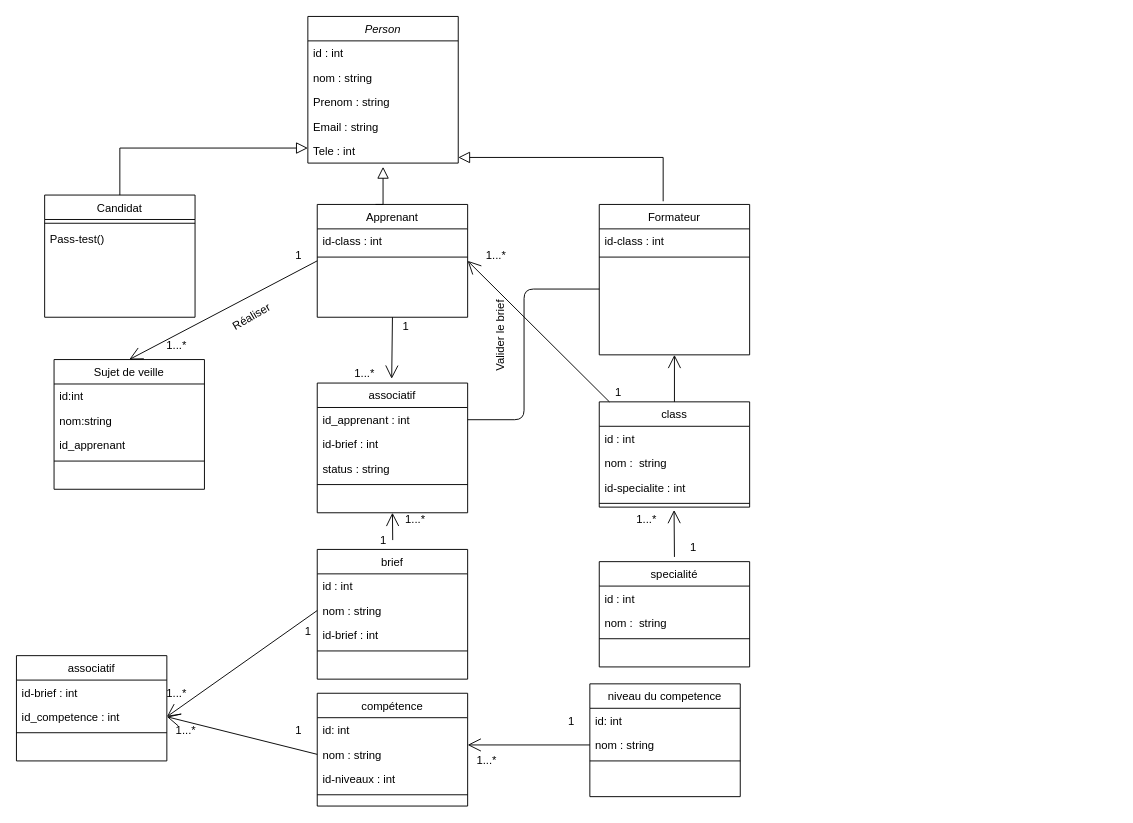
Above: fichiers des diagrammes/Diagramme de class.drawio in RAFIKENEFIDA/Automatisation-Syst-me-Youcode (draw.io), before the change. Source tidied: cells renumbered, new cells numbered last; positions are measured from the earlier drawing's top-left corner, leaving out a move shared by most shapes. Both pictures are drawn from the tidied source at 94%, with x=0, y=0 at pixel (16, 16).
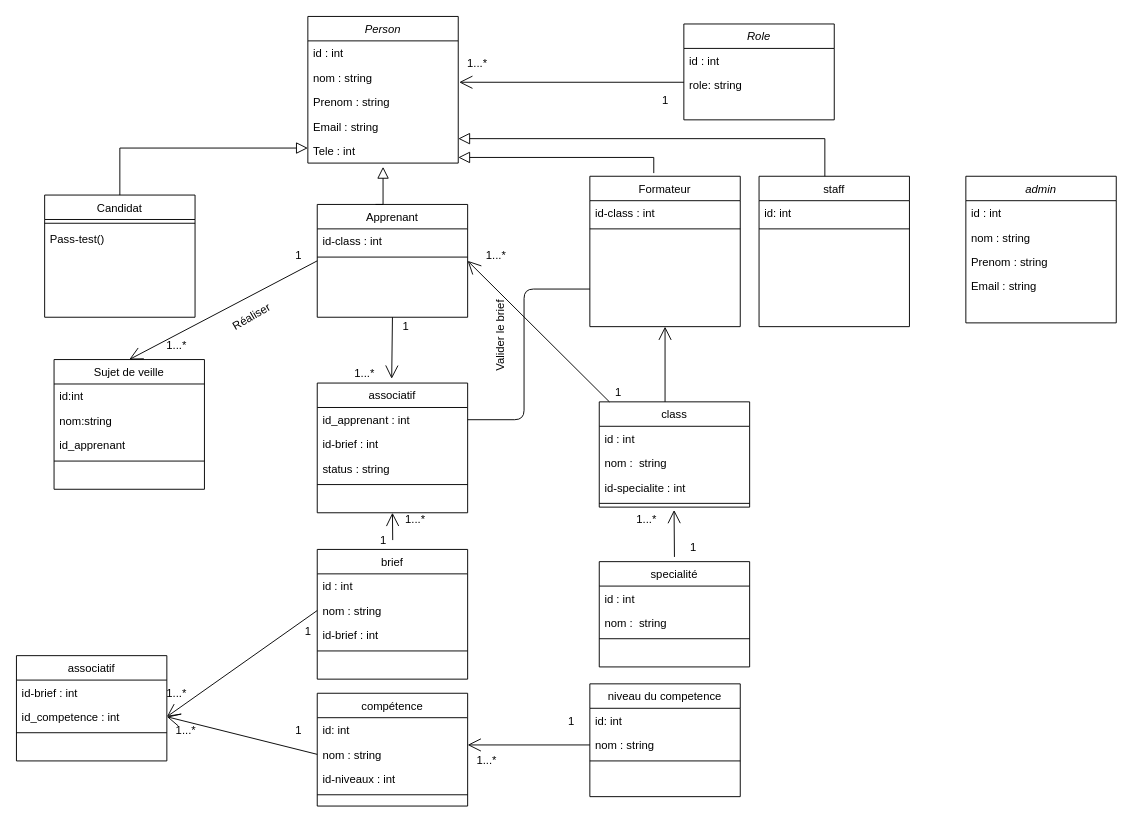
The same diagram, later.

Commit message (it also covers changes not shown here):
update diagramme de class

The change refers to these unchanged cells:
```xml
<mxCell id="49" value="class" style="swimlane;fontStyle=0;align=center;verticalAlign=top;horizontal=1;startSize=26;rounded=0;shadow=0;strokeWidth=1;" parent="1" vertex="1">
  <mxGeometry x="620" y="410" width="160" height="112" as="geometry" />
</mxCell>
```

Change to the diagram source:
```diff
@@
     <mxCell id="13" value="Formateur" style="swimlane;fontStyle=0;align=center;verticalAlign=top;horizontal=1;startSize=26;rounded=0;shadow=0;strokeWidth=1;" parent="1" vertex="1">
-      <mxGeometry x="620" y="200" width="160" height="160" as="geometry" />
+      <mxGeometry x="610" y="170" width="160" height="160" as="geometry" />
     </mxCell>
@@
-    <mxCell id="67" style="endArrow=none;html=1;edgeStyle=orthogonalEdgeStyle;" parent="1" edge="1">
+    <mxCell id="67" style="endArrow=none;html=1;edgeStyle=orthogonalEdgeStyle;entryX=0;entryY=0.75;entryDx=0;entryDy=0;" parent="1" edge="1" target="13">
       <mxGeometry relative="1" as="geometry">
         <mxPoint x="480" y="429" as="sourcePoint" />
-        <mxPoint x="620" y="290" as="targetPoint" />
         <Array as="points">
           <mxPoint x="540" y="429" />
           <mxPoint x="540" y="290" />
         </Array>
       </mxGeometry>
     </mxCell>
-    <mxCell id="68" style="endArrow=open;endFill=1;endSize=12;html=1;exitX=0.5;exitY=0;exitDx=0;exitDy=0;entryX=0.5;entryY=1;entryDx=0;entryDy=0;" parent="1" edge="1" source="49" target="13">
-      <mxGeometry relative="1" as="geometry" />
+    <mxCell id="68" style="endArrow=open;endFill=1;endSize=12;html=1;entryX=0.5;entryY=1;entryDx=0;entryDy=0;" parent="1" edge="1" target="13">
+      <mxGeometry relative="1" as="geometry">
+        <mxPoint x="690" y="410" as="sourcePoint" />
+      </mxGeometry>
     </mxCell>
@@
+    <mxCell id="85" value="Role" style="swimlane;fontStyle=2;align=center;verticalAlign=top;horizontal=1;startSize=26;rounded=0;shadow=0;strokeWidth=1;" parent="1" vertex="1">
+      <mxGeometry x="710" y="8" width="160" height="102" as="geometry" />
+    </mxCell>
+    <mxCell id="86" value="id : int" style="text;align=left;verticalAlign=top;spacingLeft=4;spacingRight=4;overflow=hidden;" parent="85" vertex="1">
+      <mxGeometry y="26" width="160" height="26" as="geometry" />
+    </mxCell>
+    <mxCell id="87" value="role: string&#10;" style="text;align=left;verticalAlign=top;spacingLeft=4;spacingRight=4;overflow=hidden;rounded=0;shadow=0;html=0;" parent="85" vertex="1">
+      <mxGeometry y="52" width="160" height="26" as="geometry" />
+    </mxCell>
+    <mxCell id="88" value="admin" style="swimlane;fontStyle=2;align=center;verticalAlign=top;horizontal=1;startSize=26;rounded=0;shadow=0;strokeWidth=1;" parent="1" vertex="1">
+      <mxGeometry x="1010" y="170" width="160" height="156" as="geometry" />
+    </mxCell>
+    <mxCell id="89" value="id : int" style="text;align=left;verticalAlign=top;spacingLeft=4;spacingRight=4;overflow=hidden;" parent="88" vertex="1">
+      <mxGeometry y="26" width="160" height="26" as="geometry" />
+    </mxCell>
+    <mxCell id="90" value="nom : string&#10;" style="text;align=left;verticalAlign=top;spacingLeft=4;spacingRight=4;overflow=hidden;rounded=0;shadow=0;html=0;" parent="88" vertex="1">
+      <mxGeometry y="52" width="160" height="26" as="geometry" />
+    </mxCell>
+    <mxCell id="91" value="Prenom : string" style="text;align=left;verticalAlign=top;spacingLeft=4;spacingRight=4;overflow=hidden;rounded=0;shadow=0;html=0;" parent="88" vertex="1">
+      <mxGeometry y="78" width="160" height="26" as="geometry" />
+    </mxCell>
+    <mxCell id="92" value="Email : string" style="text;align=left;verticalAlign=top;spacingLeft=4;spacingRight=4;overflow=hidden;rounded=0;shadow=0;html=0;" parent="88" vertex="1">
+      <mxGeometry y="104" width="160" height="26" as="geometry" />
+    </mxCell>
+    <mxCell id="93" style="endArrow=open;endFill=1;endSize=12;html=1;exitX=0;exitY=0.5;exitDx=0;exitDy=0;" parent="1" edge="1">
+      <mxGeometry relative="1" as="geometry">
+        <mxPoint x="710" y="70" as="sourcePoint" />
+        <mxPoint x="471" y="70" as="targetPoint" />
+      </mxGeometry>
+    </mxCell>
+    <mxCell id="94" value="1...*" style="text;html=1;align=center;verticalAlign=middle;" parent="1" vertex="1">
+      <mxGeometry x="470" y="40" width="40" height="20" as="geometry" />
+    </mxCell>
+    <mxCell id="95" value="1" style="text;html=1;align=center;verticalAlign=middle;" parent="1" vertex="1">
+      <mxGeometry x="680" y="80" width="20" height="20" as="geometry" />
+    </mxCell>
+    <mxCell id="96" value="staff" style="swimlane;fontStyle=0;align=center;verticalAlign=top;horizontal=1;startSize=26;rounded=0;shadow=0;strokeWidth=1;" parent="1" vertex="1">
+      <mxGeometry x="790" y="170" width="160" height="160" as="geometry" />
+    </mxCell>
+    <mxCell id="97" value="id: int" style="text;align=left;verticalAlign=top;spacingLeft=4;spacingRight=4;overflow=hidden;rounded=0;shadow=0;html=0;" parent="96" vertex="1">
+      <mxGeometry y="26" width="160" height="26" as="geometry" />
+    </mxCell>
+    <mxCell id="98" style="line;html=1;strokeWidth=1;align=left;verticalAlign=middle;spacingTop=-1;spacingLeft=3;spacingRight=3;labelPosition=right;" parent="96" vertex="1">
+      <mxGeometry y="52" width="160" height="8" as="geometry" />
+    </mxCell>
+    <mxCell id="99" style="endArrow=block;endSize=10;endFill=0;shadow=0;strokeWidth=1;rounded=0;edgeStyle=elbowEdgeStyle;elbow=vertical;" parent="1" edge="1">
+      <mxGeometry relative="1" as="geometry">
+        <mxPoint x="860" y="170" as="sourcePoint" />
+        <mxPoint x="470" y="130" as="targetPoint" />
+        <Array as="points">
+          <mxPoint x="630" y="130" />
+          <mxPoint x="540" y="100" />
+          <mxPoint x="610" y="200" />
+        </Array>
+      </mxGeometry>
+    </mxCell>
```
